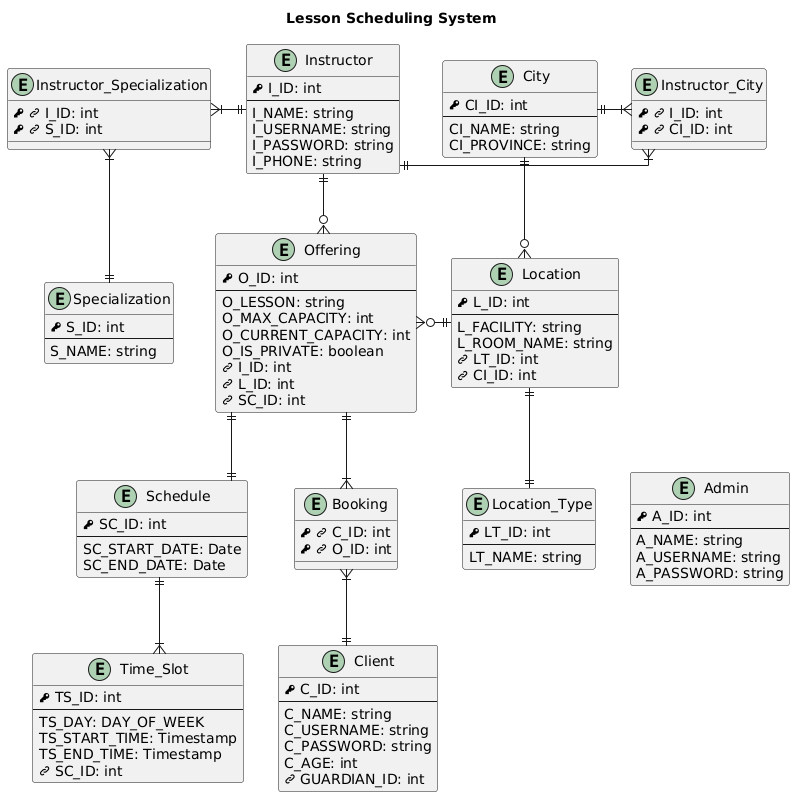
NathanGrenier/SOEN-342-Project keeps this PlantUML diagram as diagrams/out/entity-relationship-diagram/ERD for Database.png. Above is the earlier version.
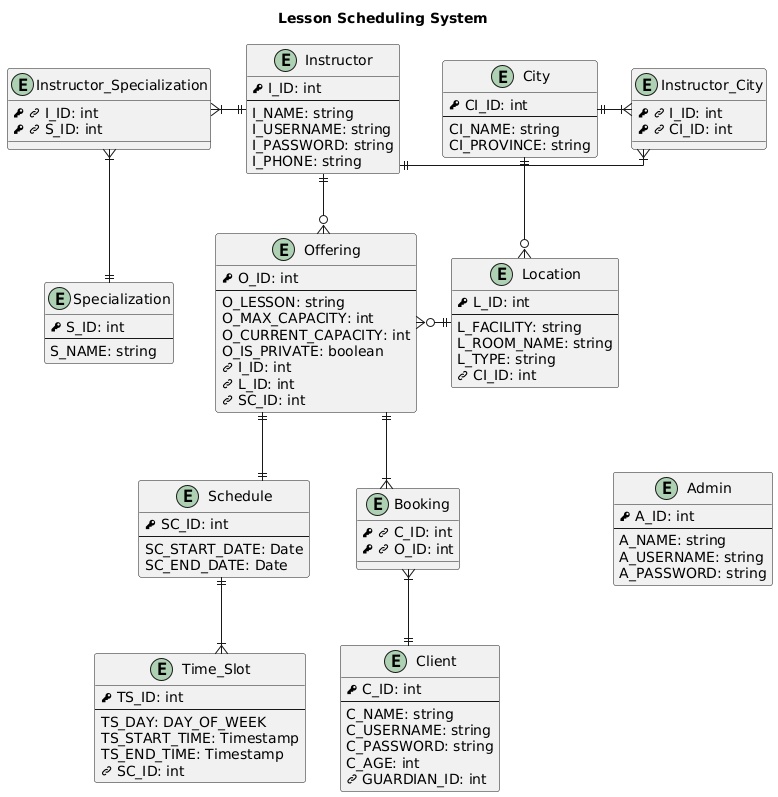
Later version of the same file.

Diff of the diagram source:
```diff
@@ -13,18 +13,12 @@
     CI_PROVINCE: string
 }
 
-entity Location_Type {
-    PK LT_ID: int
-    --
-    LT_NAME: string
-}
-
 entity Location {
     PK L_ID: int
     --
     L_FACILITY: string
     L_ROOM_NAME: string
-    FK LT_ID: int
+    L_TYPE: string
     FK CI_ID: int
 }
 
@@ -100,8 +94,6 @@
     PK FK O_ID: int
 }
 
-Location ||--|| Location_Type
-
 Offering }o-up-|| Instructor
 Offering ||--|{ Booking
 Offering }o-|| Location
```
